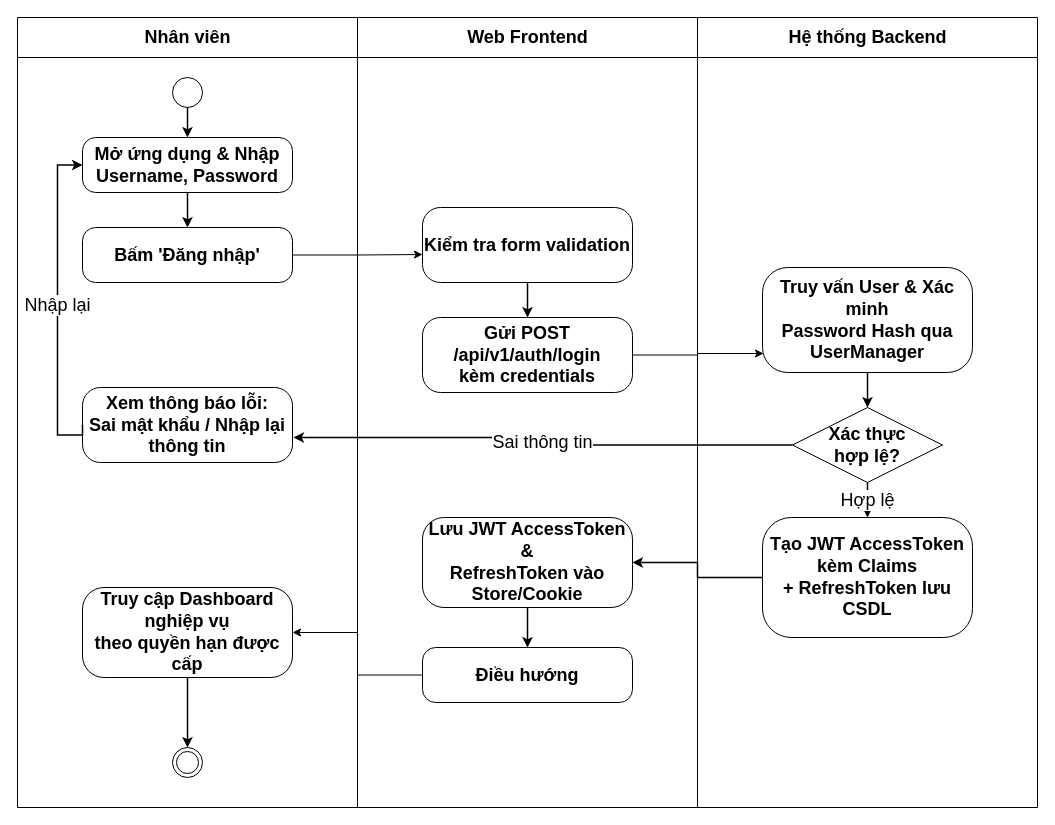
AndrewQng/VinDining keeps this draw.io diagram as docs/phase1/drawio/ad06_staff_login.drawio. Above is the earlier version. Source tidied: cells renumbered, new cells numbered last; positions are measured from the earlier drawing's top-left corner, leaving out a move shared by most shapes. Both pictures are drawn from the tidied source at 100%, with x=0, y=0 at pixel (17, 17).
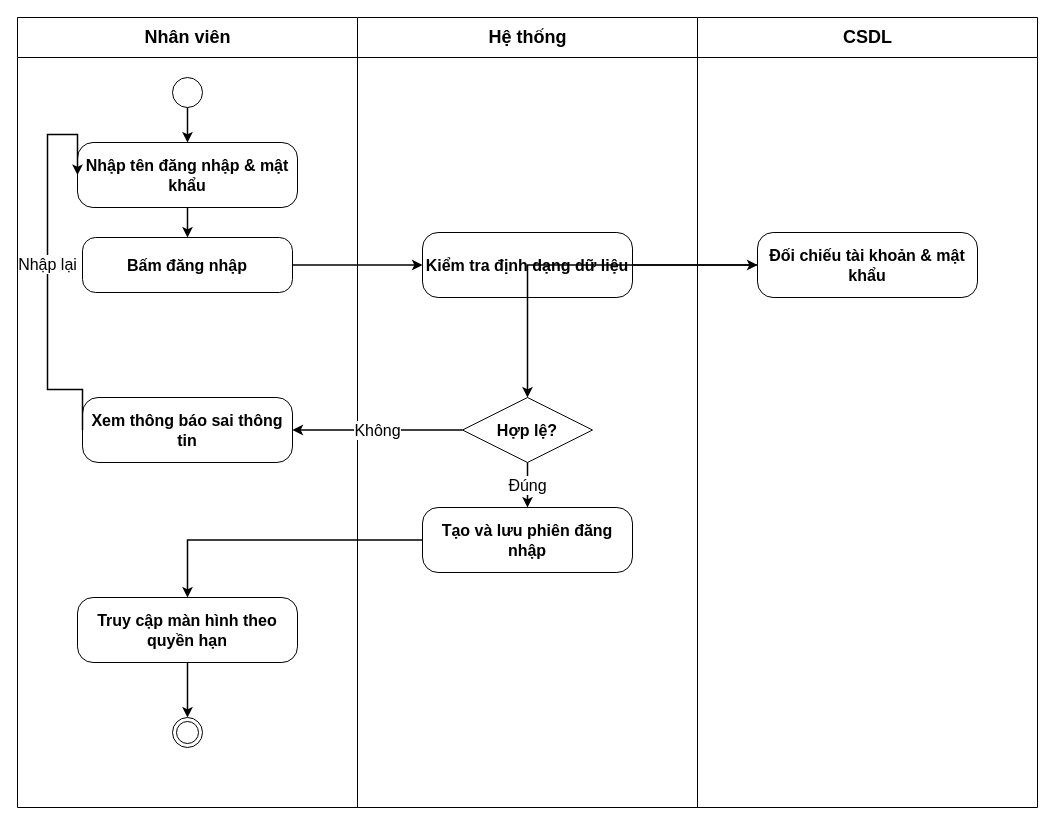
The same page after the edit.

Unchanged cells that the change refers to:
```xml
<mxCell id="2" value="Nhân viên" style="swimlane;html=1;startSize=40;horizontal=1;fontStyle=1;fontSize=18;align=center;verticalAlign=middle;swimlaneLine=1;" parent="1" vertex="1">
  <mxGeometry width="340" height="790" as="geometry" />
</mxCell>
<mxCell id="3" style="ellipse;whiteSpace=wrap;html=1;fontSize=18;" parent="2" vertex="1">
  <mxGeometry x="155" y="60" width="30" height="30" as="geometry" />
</mxCell>
```

Diff of the diagram source:
```diff
@@
-    <mxCell id="4" value="Mở ứng dụng &amp;amp; Nhập&#10;Username, Password" style="rounded=1;arcSize=24;whiteSpace=wrap;html=1;fontStyle=1;fontSize=18;align=center;verticalAlign=middle;" parent="2" vertex="1">
-      <mxGeometry x="65" y="120" width="210" height="55" as="geometry" />
+    <mxCell id="4" value="Nhập tên đăng nhập &amp;amp; mật khẩu" style="rounded=1;arcSize=24;whiteSpace=wrap;html=1;fontStyle=1;fontSize=16;align=center;verticalAlign=middle;" parent="2" vertex="1">
+      <mxGeometry x="60" y="125" width="220" height="65" as="geometry" />
     </mxCell>
-    <mxCell id="5" value="Bấm 'Đăng nhập'" style="rounded=1;arcSize=24;whiteSpace=wrap;html=1;fontStyle=1;fontSize=18;align=center;verticalAlign=middle;" parent="2" vertex="1">
-      <mxGeometry x="65" y="210" width="210" height="55" as="geometry" />
+    <mxCell id="5" value="Bấm đăng nhập" style="rounded=1;arcSize=24;whiteSpace=wrap;html=1;fontStyle=1;fontSize=16;align=center;verticalAlign=middle;" parent="2" vertex="1">
+      <mxGeometry x="65" y="220" width="210" height="55" as="geometry" />
     </mxCell>
-    <mxCell id="6" value="Xem thông báo lỗi:&#10;Sai mật khẩu / Nhập lại thông tin" style="rounded=1;arcSize=24;whiteSpace=wrap;html=1;fontStyle=1;fontSize=18;align=center;verticalAlign=middle;" parent="2" vertex="1">
-      <mxGeometry x="65" y="370" width="210" height="75" as="geometry" />
+    <mxCell id="6" value="Xem thông báo sai thông tin" style="rounded=1;arcSize=24;whiteSpace=wrap;html=1;fontStyle=1;fontSize=16;align=center;verticalAlign=middle;" parent="2" vertex="1">
+      <mxGeometry x="65" y="380" width="210" height="65" as="geometry" />
     </mxCell>
-    <mxCell id="7" value="Truy cập Dashboard nghiệp vụ&#10;theo quyền hạn được cấp" style="rounded=1;arcSize=24;whiteSpace=wrap;html=1;fontStyle=1;fontSize=18;align=center;verticalAlign=middle;" parent="2" vertex="1">
-      <mxGeometry x="65" y="570" width="210" height="90" as="geometry" />
+    <mxCell id="7" value="Truy cập màn hình theo quyền hạn" style="rounded=1;arcSize=24;whiteSpace=wrap;html=1;fontStyle=1;fontSize=16;align=center;verticalAlign=middle;" parent="2" vertex="1">
+      <mxGeometry x="60" y="580" width="220" height="65" as="geometry" />
     </mxCell>
     <mxCell id="8" style="ellipse;html=1;shape=endState;fontSize=18;" parent="2" vertex="1">
-      <mxGeometry x="155" y="730" width="30" height="30" as="geometry" />
+      <mxGeometry x="155" y="700" width="30" height="30" as="geometry" />
     </mxCell>
-    <mxCell id="9" style="edgeStyle=orthogonalEdgeStyle;rounded=0;strokeWidth=1.5;html=1;fontSize=18;" parent="2" edge="1" source="7" target="8">
+    <mxCell id="9" style="edgeStyle=orthogonalEdgeStyle;rounded=0;strokeWidth=1.5;html=1;fontSize=16;" parent="2" edge="1" source="7" target="8">
       <mxGeometry relative="1" as="geometry" />
     </mxCell>
-    <mxCell id="10" value="Web Frontend" style="swimlane;html=1;startSize=40;horizontal=1;fontStyle=1;fontSize=18;align=center;verticalAlign=middle;swimlaneLine=1;" parent="1" vertex="1">
+    <mxCell id="10" value="Hệ thống" style="swimlane;html=1;startSize=40;horizontal=1;fontStyle=1;fontSize=18;align=center;verticalAlign=middle;swimlaneLine=1;" parent="1" vertex="1">
       <mxGeometry x="340" width="340" height="790" as="geometry" />
     </mxCell>
-    <mxCell id="11" value="Kiểm tra form validation" style="rounded=1;arcSize=24;whiteSpace=wrap;html=1;fontStyle=1;fontSize=18;align=center;verticalAlign=middle;" parent="10" vertex="1">
-      <mxGeometry x="65" y="190" width="210" height="75" as="geometry" />
+    <mxCell id="11" value="Kiểm tra định dạng dữ liệu" style="rounded=1;arcSize=24;whiteSpace=wrap;html=1;fontStyle=1;fontSize=16;align=center;verticalAlign=middle;" parent="10" vertex="1">
+      <mxGeometry x="65" y="215" width="210" height="65" as="geometry" />
     </mxCell>
-    <mxCell id="12" value="Gửi POST /api/v1/auth/login&#10;kèm credentials" style="rounded=1;arcSize=24;whiteSpace=wrap;html=1;fontStyle=1;fontSize=18;align=center;verticalAlign=middle;" parent="10" vertex="1">
-      <mxGeometry x="65" y="300" width="210" height="75" as="geometry" />
-    </mxCell>
+    <mxCell id="17" value="Hợp lệ?" style="rhombus;whiteSpace=wrap;html=1;fontStyle=1;fontSize=16;align=center;verticalAlign=middle;" parent="10" vertex="1">
+      <mxGeometry x="105" y="380" width="130" height="65" as="geometry" />
+    </mxCell>
-    <mxCell id="13" value="Lưu JWT AccessToken &amp;amp;&#10;RefreshToken vào Store/Cookie" style="rounded=1;arcSize=24;whiteSpace=wrap;html=1;fontStyle=1;fontSize=18;align=center;verticalAlign=middle;" parent="10" vertex="1">
-      <mxGeometry x="65" y="500" width="210" height="90" as="geometry" />
+    <mxCell id="13" value="Tạo và lưu phiên đăng nhập" style="rounded=1;arcSize=24;whiteSpace=wrap;html=1;fontStyle=1;fontSize=16;align=center;verticalAlign=middle;" parent="10" vertex="1">
+      <mxGeometry x="65" y="490" width="210" height="65" as="geometry" />
     </mxCell>
-    <mxCell id="14" value="Điều hướng" style="rounded=1;arcSize=24;whiteSpace=wrap;html=1;fontStyle=1;fontSize=18;align=center;verticalAlign=middle;" parent="10" vertex="1">
-      <mxGeometry x="65" y="630" width="210" height="55" as="geometry" />
-    </mxCell>
-    <mxCell id="15" value="Hệ thống Backend" style="swimlane;html=1;startSize=40;horizontal=1;fontStyle=1;fontSize=18;align=center;verticalAlign=middle;swimlaneLine=1;" parent="1" vertex="1">
+    <mxCell id="15" value="CSDL" style="swimlane;html=1;startSize=40;horizontal=1;fontStyle=1;fontSize=18;align=center;verticalAlign=middle;swimlaneLine=1;" parent="1" vertex="1">
       <mxGeometry x="680" width="340" height="790" as="geometry" />
     </mxCell>
-    <mxCell id="16" value="Truy vấn User &amp;amp; Xác minh&#10;Password Hash qua UserManager" style="rounded=1;arcSize=24;whiteSpace=wrap;html=1;fontStyle=1;fontSize=18;align=center;verticalAlign=middle;" parent="15" vertex="1">
-      <mxGeometry x="65" y="250" width="210" height="105" as="geometry" />
+    <mxCell id="16" value="Đối chiếu tài khoản &amp;amp; mật khẩu" style="rounded=1;arcSize=24;whiteSpace=wrap;html=1;fontStyle=1;fontSize=16;align=center;verticalAlign=middle;" parent="15" vertex="1">
+      <mxGeometry x="60" y="215" width="220" height="65" as="geometry" />
     </mxCell>
-    <mxCell id="17" value="Xác thực&#10;hợp lệ?" style="rhombus;whiteSpace=wrap;html=1;fontStyle=1;fontSize=18;align=center;verticalAlign=middle;" parent="15" vertex="1">
-      <mxGeometry x="95" y="390" width="150" height="75" as="geometry" />
-    </mxCell>
-    <mxCell id="18" value="Tạo JWT AccessToken kèm Claims&#10;+ RefreshToken lưu CSDL" style="rounded=1;arcSize=24;whiteSpace=wrap;html=1;fontStyle=1;fontSize=18;align=center;verticalAlign=middle;" parent="15" vertex="1">
-      <mxGeometry x="65" y="500" width="210" height="120" as="geometry" />
-    </mxCell>
-    <mxCell id="19" style="edgeStyle=orthogonalEdgeStyle;rounded=0;strokeWidth=1.5;html=1;fontSize=18;" parent="1" edge="1" source="3" target="4">
+    <mxCell id="19" style="edgeStyle=orthogonalEdgeStyle;rounded=0;strokeWidth=1.5;html=1;fontSize=16;" parent="1" edge="1" source="3" target="4">
       <mxGeometry relative="1" as="geometry" />
     </mxCell>
-    <mxCell id="20" style="edgeStyle=orthogonalEdgeStyle;rounded=0;strokeWidth=1.5;html=1;fontSize=18;" parent="1" edge="1" source="4" target="5">
+    <mxCell id="20" style="edgeStyle=orthogonalEdgeStyle;rounded=0;strokeWidth=1.5;html=1;fontSize=16;" parent="1" edge="1" source="4" target="5">
       <mxGeometry relative="1" as="geometry" />
     </mxCell>
-    <mxCell id="21" style="edgeStyle=orthogonalEdgeStyle;rounded=0;strokeWidth=1.5;html=1;fontSize=18;" parent="1" edge="1" source="11" target="12">
+    <mxCell id="21" style="edgeStyle=orthogonalEdgeStyle;rounded=0;strokeWidth=1.5;html=1;fontSize=16;" parent="1" edge="1" source="5" target="11">
       <mxGeometry relative="1" as="geometry" />
     </mxCell>
+    <mxCell id="31" style="edgeStyle=orthogonalEdgeStyle;rounded=0;strokeWidth=1.5;html=1;fontSize=16;" parent="1" edge="1" source="11" target="16">
+      <mxGeometry relative="1" as="geometry" />
+    </mxCell>
-    <mxCell id="22" style="edgeStyle=orthogonalEdgeStyle;rounded=0;strokeWidth=1.5;html=1;fontSize=18;" parent="1" edge="1" source="16" target="17">
+    <mxCell id="22" style="edgeStyle=orthogonalEdgeStyle;rounded=0;strokeWidth=1.5;html=1;fontSize=16;" parent="1" edge="1" source="16" target="17">
       <mxGeometry relative="1" as="geometry" />
     </mxCell>
-    <mxCell id="23" value="Sai thông tin" style="edgeStyle=orthogonalEdgeStyle;rounded=0;strokeWidth=1.5;html=1;fontSize=18;labelBackgroundColor=#ffffff;exitX=0;exitY=0.5;entryX=1.005;entryY=0.667;entryDx=0;entryDy=0;entryPerimeter=0;" parent="1" edge="1" source="17" target="6">
+    <mxCell id="23" value="Không" style="edgeStyle=orthogonalEdgeStyle;rounded=0;strokeWidth=1.5;html=1;fontSize=16;labelBackgroundColor=#ffffff;" parent="1" edge="1" source="17" target="6">
       <mxGeometry relative="1" as="geometry" />
     </mxCell>
-    <mxCell id="24" value="Nhập lại" style="edgeStyle=orthogonalEdgeStyle;rounded=0;strokeWidth=1.5;html=1;fontSize=18;labelBackgroundColor=#ffffff;exitX=0;exitY=0.5;entryX=0;entryY=0.5;" parent="1" edge="1" source="6" target="4">
+    <mxCell id="24" value="Nhập lại" style="edgeStyle=orthogonalEdgeStyle;rounded=0;strokeWidth=1.5;html=1;fontSize=16;labelBackgroundColor=#ffffff;exitX=0;exitY=0.5;entryX=0;entryY=0.5;" parent="1" edge="1" source="6" target="4">
       <mxGeometry relative="1" as="geometry">
         <Array as="points">
-          <mxPoint x="40" y="417.5" />
-          <mxPoint x="40" y="147.5" />
+          <mxPoint x="30" y="372" />
+          <mxPoint x="30" y="117" />
         </Array>
       </mxGeometry>
     </mxCell>
-    <mxCell id="25" value="Hợp lệ" style="edgeStyle=orthogonalEdgeStyle;rounded=0;strokeWidth=1.5;html=1;fontSize=18;labelBackgroundColor=#ffffff;exitX=0.5;exitY=1;entryX=0.5;entryY=0;" parent="1" edge="1" source="17" target="18">
+    <mxCell id="25" value="Đúng" style="edgeStyle=orthogonalEdgeStyle;rounded=0;strokeWidth=1.5;html=1;fontSize=16;labelBackgroundColor=#ffffff;" parent="10" edge="1" source="17" target="13">
       <mxGeometry relative="1" as="geometry" />
     </mxCell>
-    <mxCell id="26" style="edgeStyle=orthogonalEdgeStyle;rounded=0;strokeWidth=1.5;html=1;exitX=0;exitY=0.5;entryX=1;entryY=0.5;fontSize=18;" parent="1" edge="1" source="18" target="13">
+    <mxCell id="26" style="edgeStyle=orthogonalEdgeStyle;rounded=0;strokeWidth=1.5;html=1;fontSize=16;" parent="1" edge="1" source="13" target="7">
       <mxGeometry relative="1" as="geometry" />
     </mxCell>
-    <mxCell id="27" style="edgeStyle=orthogonalEdgeStyle;rounded=0;strokeWidth=1.5;html=1;fontSize=18;" parent="1" edge="1" source="13" target="14">
-      <mxGeometry relative="1" as="geometry" />
-    </mxCell>
-    <mxCell id="28" style="edgeStyle=orthogonalEdgeStyle;rounded=0;jettySize=auto;html=1;entryX=0.005;entryY=0.819;entryDx=0;entryDy=0;entryPerimeter=0;" parent="1" edge="1" source="12" target="16">
-      <mxGeometry relative="1" as="geometry" />
-    </mxCell>
-    <mxCell id="29" style="edgeStyle=orthogonalEdgeStyle;rounded=0;jettySize=auto;html=1;entryX=0;entryY=0.627;entryDx=0;entryDy=0;entryPerimeter=0;" parent="1" edge="1" source="5" target="11">
-      <mxGeometry relative="1" as="geometry" />
-    </mxCell>
-    <mxCell id="30" style="edgeStyle=orthogonalEdgeStyle;rounded=0;jettySize=auto;html=1;" parent="1" edge="1" source="14" target="7">
-      <mxGeometry relative="1" as="geometry" />
-    </mxCell>
```
